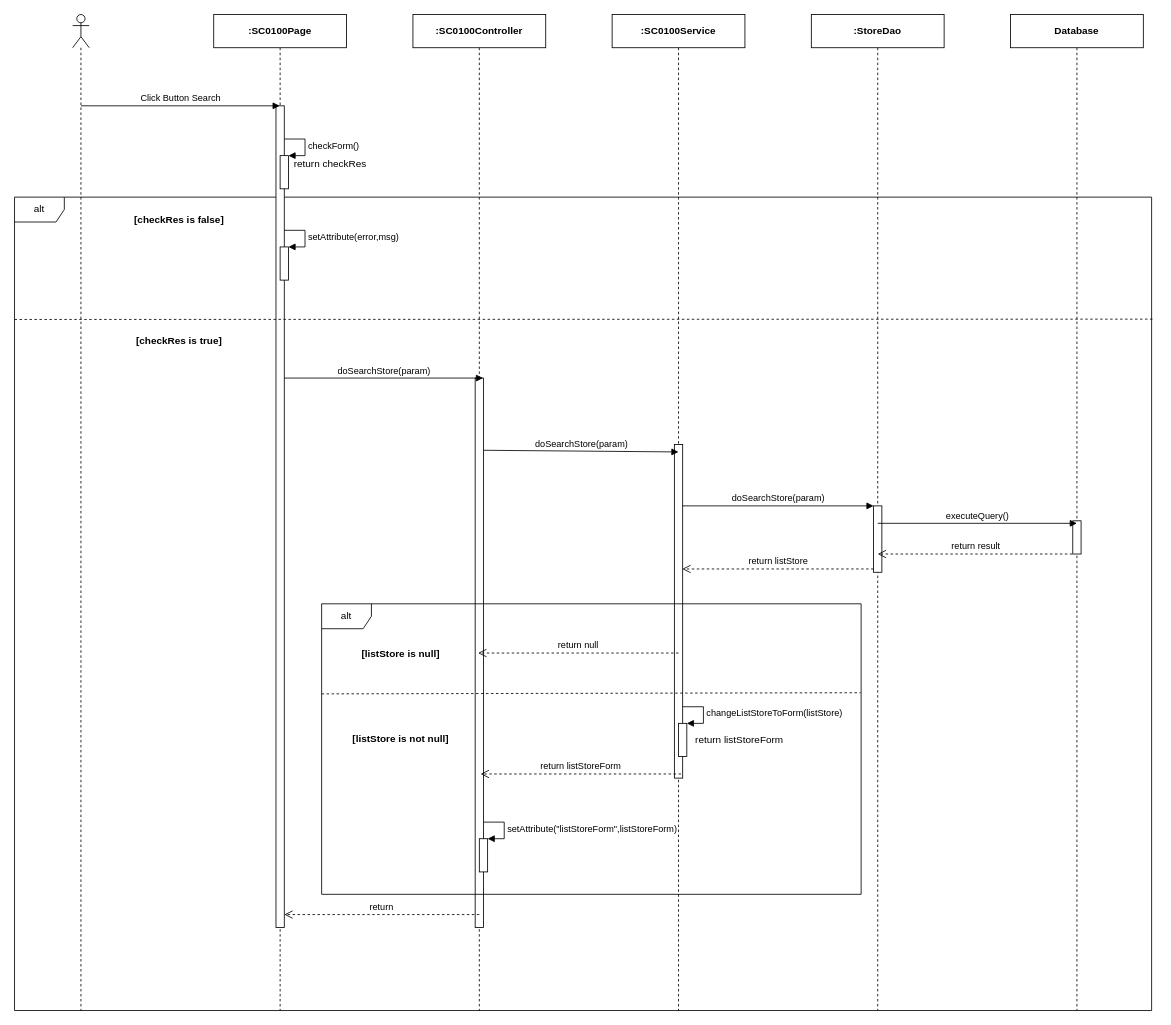
Before: page "Ev02" (2 of 4) of 1. Review/SEQ Diagram/sc01/SC0100_StoreManage.drawio in luannmdev/CapstoneDocument, a draw.io diagram. Source tidied: cells renumbered, new cells numbered last; positions are measured from the earlier drawing's top-left corner, leaving out a move shared by most shapes. Both pictures are drawn from the tidied source at 83%, with x=0, y=0 at pixel (14, 14).
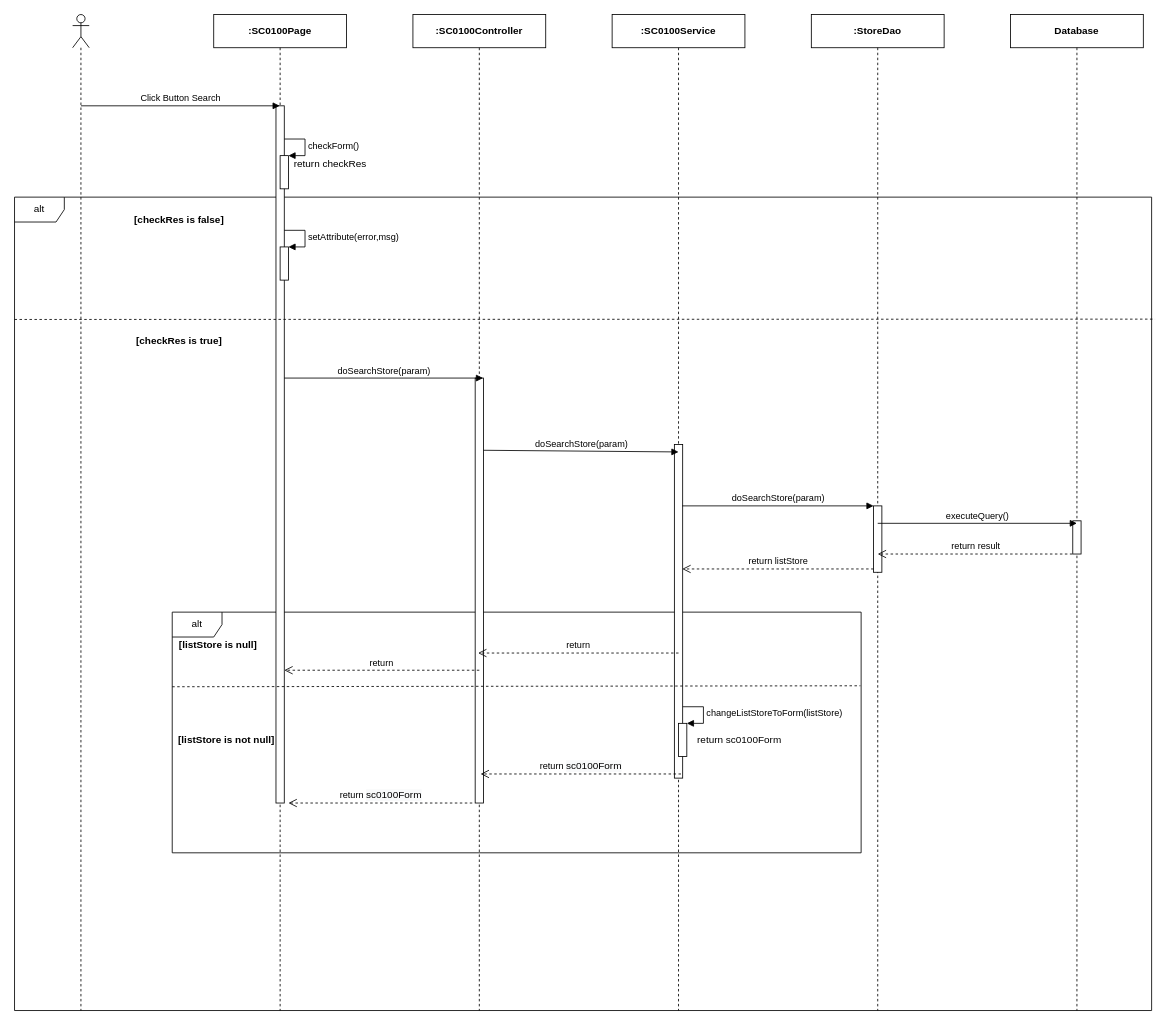
Above is the later version.

The change refers to these unchanged cells:
```xml
<mxCell id="4" value="&lt;b&gt;:SC0100Page&lt;/b&gt;" style="shape=umlLifeline;perimeter=lifelinePerimeter;whiteSpace=wrap;html=1;outlineConnect=0;" parent="1" vertex="1">
  <mxGeometry x="240" width="160" height="1200" as="geometry" />
</mxCell>
<mxCell id="10" value="&lt;b&gt;:SC0100Controller&lt;/b&gt;" style="shape=umlLifeline;perimeter=lifelinePerimeter;whiteSpace=wrap;html=1;" parent="1" vertex="1">
  <mxGeometry x="480" width="160" height="1200" as="geometry" />
</mxCell>
```

The edit, as a diff of the source:
```diff
@@
+    <mxCell id="30" value="alt" style="shape=umlFrame;whiteSpace=wrap;html=1;" parent="1" vertex="1">
+      <mxGeometry x="190" y="720" width="830" height="290" as="geometry" />
+    </mxCell>
@@
     <mxCell id="5" style="html=1;perimeter=orthogonalPerimeter;" parent="4" vertex="1">
-      <mxGeometry x="75" y="110" width="10" height="990" as="geometry" />
+      <mxGeometry x="75" y="110" width="10" height="840" as="geometry" />
     </mxCell>
@@
     <mxCell id="11" style="html=1;perimeter=orthogonalPerimeter;" parent="10" vertex="1">
-      <mxGeometry x="75" y="438" width="10" height="662" as="geometry" />
+      <mxGeometry x="75" y="438" width="10" height="512" as="geometry" />
     </mxCell>
@@
     <mxCell id="15" value="return" style="html=1;verticalAlign=bottom;endArrow=open;dashed=1;endSize=8;" parent="1" edge="1">
       <mxGeometry relative="1" as="geometry">
-        <mxPoint x="560" y="1084.4" as="sourcePoint" />
-        <mxPoint x="325" y="1084.4" as="targetPoint" />
+        <mxPoint x="560" y="790" as="sourcePoint" />
+        <mxPoint x="325" y="790" as="targetPoint" />
       </mxGeometry>
     </mxCell>
@@
-    <mxCell id="30" value="alt" style="shape=umlFrame;whiteSpace=wrap;html=1;" parent="1" vertex="1">
-      <mxGeometry x="370" y="710" width="650" height="350" as="geometry" />
-    </mxCell>
-    <mxCell id="31" style="html=1;points=[];perimeter=orthogonalPerimeter;" parent="1" vertex="1">
-      <mxGeometry x="560" y="993" width="10" height="40" as="geometry" />
-    </mxCell>
-    <mxCell id="32" value="setAttribute(&quot;listStoreForm&quot;,&lt;span style=&quot;text-align: center&quot;&gt;listStoreForm&lt;/span&gt;)" style="edgeStyle=orthogonalEdgeStyle;html=1;align=left;spacingLeft=2;endArrow=block;rounded=0;entryX=1;entryY=0;" parent="1" edge="1" target="31">
-      <mxGeometry relative="1" as="geometry">
-        <mxPoint x="565" y="973" as="sourcePoint" />
-        <Array as="points">
-          <mxPoint x="590" y="973" />
-        </Array>
-      </mxGeometry>
-    </mxCell>
-    <mxCell id="33" value="return listStoreForm" style="html=1;verticalAlign=bottom;endArrow=open;dashed=1;endSize=8;" parent="1" edge="1">
+    <mxCell id="33" value="return&amp;nbsp;&lt;span style=&quot;font-size: 12px ; background-color: rgb(248 , 249 , 250)&quot;&gt;sc0100Form&lt;/span&gt;" style="html=1;verticalAlign=bottom;endArrow=open;dashed=1;endSize=8;" parent="1" edge="1">
       <mxGeometry relative="1" as="geometry">
         <mxPoint x="803" y="915" as="sourcePoint" />
         <mxPoint x="561.5" y="915" as="targetPoint" />
       </mxGeometry>
     </mxCell>
@@
-    <mxCell id="36" value="return listStoreForm" style="text;html=1;align=center;verticalAlign=middle;" parent="1" vertex="1">
+    <mxCell id="36" value="return sc0100Form" style="text;html=1;align=center;verticalAlign=middle;" parent="1" vertex="1">
       <mxGeometry x="813" y="864" width="120" height="20" as="geometry" />
     </mxCell>
     <mxCell id="37" value="[listStore is not null]" style="text;html=1;align=center;verticalAlign=middle;fontStyle=1;" parent="1" vertex="1">
-      <mxGeometry x="400" y="863" width="130" height="20" as="geometry" />
+      <mxGeometry x="190" y="864" width="130" height="20" as="geometry" />
     </mxCell>
-    <mxCell id="38" value="return null" style="html=1;verticalAlign=bottom;endArrow=open;dashed=1;endSize=8;" parent="1" edge="1">
+    <mxCell id="38" value="return" style="html=1;verticalAlign=bottom;endArrow=open;dashed=1;endSize=8;" parent="1" edge="1">
       <mxGeometry relative="1" as="geometry">
         <mxPoint x="800" y="769.3" as="sourcePoint" />
         <mxPoint x="558.5" y="769.3" as="targetPoint" />
       </mxGeometry>
     </mxCell>
+    <mxCell id="40" value="[listStore is null]" style="text;html=1;align=center;verticalAlign=middle;fontStyle=1;" parent="1" vertex="1">
+      <mxGeometry x="190" y="750" width="110" height="20" as="geometry" />
+    </mxCell>
+    <mxCell id="41" value="return&amp;nbsp;&lt;span style=&quot;font-size: 12px ; background-color: rgb(248 , 249 , 250)&quot;&gt;sc0100Form&lt;/span&gt;" style="html=1;verticalAlign=bottom;endArrow=open;dashed=1;endSize=8;" parent="1" edge="1">
+      <mxGeometry relative="1" as="geometry">
+        <mxPoint x="551.5" y="950" as="sourcePoint" />
+        <mxPoint x="330" y="950" as="targetPoint" />
+      </mxGeometry>
+    </mxCell>
@@
-    <mxCell id="40" value="[listStore is null]" style="text;html=1;align=center;verticalAlign=middle;fontStyle=1;" parent="1" vertex="1">
-      <mxGeometry x="410" y="760" width="110" height="20" as="geometry" />
-    </mxCell>
```
